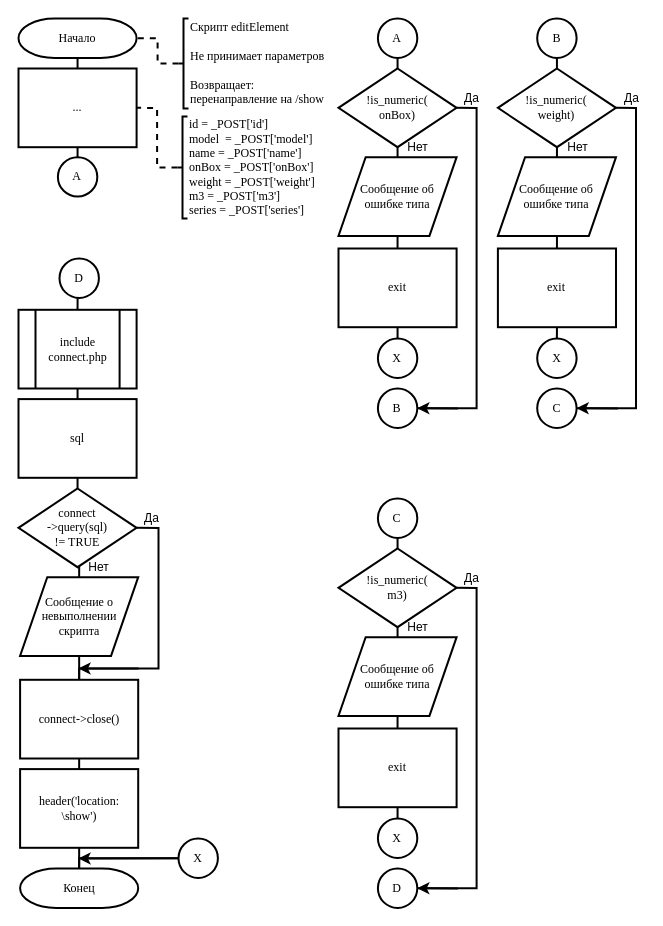
Above: src/_includesPHP/editElement/editElement.drawio in BrSTU-PO4-190333/3sem_coursework (draw.io), before the change. Source tidied: cells renumbered, new cells numbered last; positions are measured from the earlier drawing's top-left corner, leaving out a move shared by most shapes. Both pictures are drawn from the tidied source at 100%, with x=0, y=0 at pixel (18, 18).
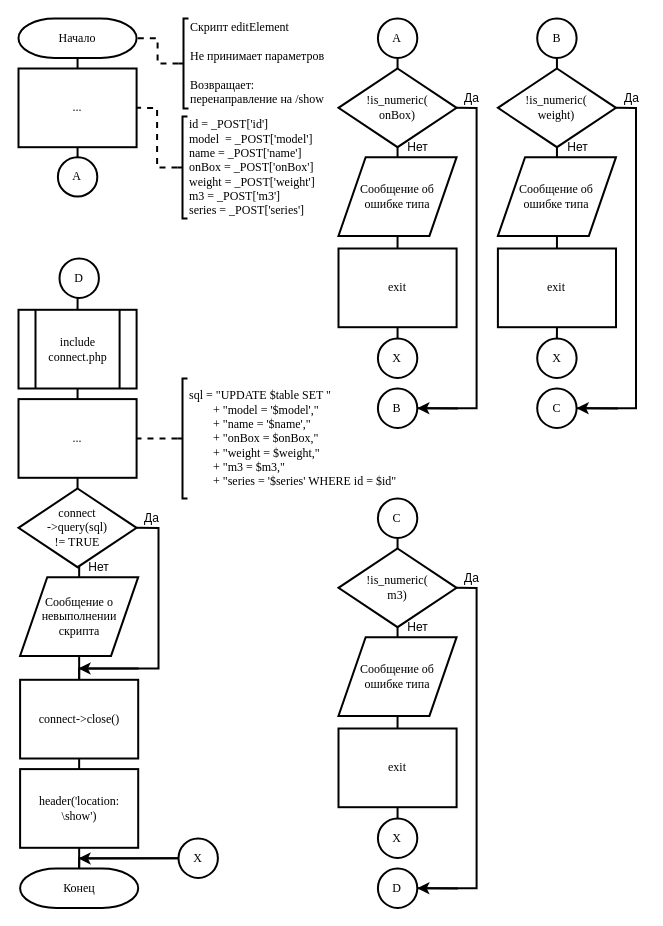
The same diagram, later.

Commit message (it also covers changes not shown here):
update module editElement

Change to the diagram source:
```diff
@@
-    <mxCell id="45" value="sql" style="rounded=0;whiteSpace=wrap;html=1;absoluteArcSize=1;arcSize=14;strokeWidth=2;fontFamily=Times New Roman;" parent="1" vertex="1">
+    <mxCell id="45" value="..." style="rounded=0;whiteSpace=wrap;html=1;absoluteArcSize=1;arcSize=14;strokeWidth=2;fontFamily=Times New Roman;" parent="1" vertex="1">
       <mxGeometry y="380.6" width="118.1" height="78.7" as="geometry" />
     </mxCell>
@@
+    <mxCell id="75" style="edgeStyle=orthogonalEdgeStyle;rounded=0;jettySize=auto;html=1;exitX=0;exitY=0.5;exitDx=0;exitDy=0;exitPerimeter=0;entryX=1;entryY=0.5;entryDx=0;entryDy=0;strokeWidth=2;dashed=1;endArrow=none;endFill=0;" parent="1" edge="1" source="76" target="45">
+      <mxGeometry relative="1" as="geometry" />
+    </mxCell>
+    <mxCell id="76" value="sql =&amp;nbsp;&lt;span&gt;&quot;UPDATE $table SET &quot;&lt;/span&gt;&lt;div&gt;&amp;nbsp; &amp;nbsp; &amp;nbsp; &amp;nbsp; + &quot;model = '$model',&quot;&lt;/div&gt;&lt;div&gt;&amp;nbsp; &amp;nbsp; &amp;nbsp; &amp;nbsp; + &quot;name = '$name',&quot;&lt;/div&gt;&lt;div&gt;&amp;nbsp; &amp;nbsp; &amp;nbsp; &amp;nbsp; + &quot;onBox = $onBox,&quot;&lt;/div&gt;&lt;div&gt;&amp;nbsp; &amp;nbsp; &amp;nbsp; &amp;nbsp; + &quot;weight = $weight,&quot;&lt;/div&gt;&lt;div&gt;&amp;nbsp; &amp;nbsp; &amp;nbsp; &amp;nbsp; + &quot;m3 = $m3,&quot;&lt;/div&gt;&lt;div&gt;&amp;nbsp; &amp;nbsp; &amp;nbsp; &amp;nbsp; + &quot;series = '$series' WHERE id = $id&quot;&lt;/div&gt;" style="strokeWidth=2;html=1;shape=mxgraph.flowchart.annotation_2;align=left;labelPosition=right;rounded=0;fontFamily=Times New Roman;" parent="1" vertex="1">
+      <mxGeometry x="159" y="360" width="10" height="120" as="geometry" />
+    </mxCell>
```
